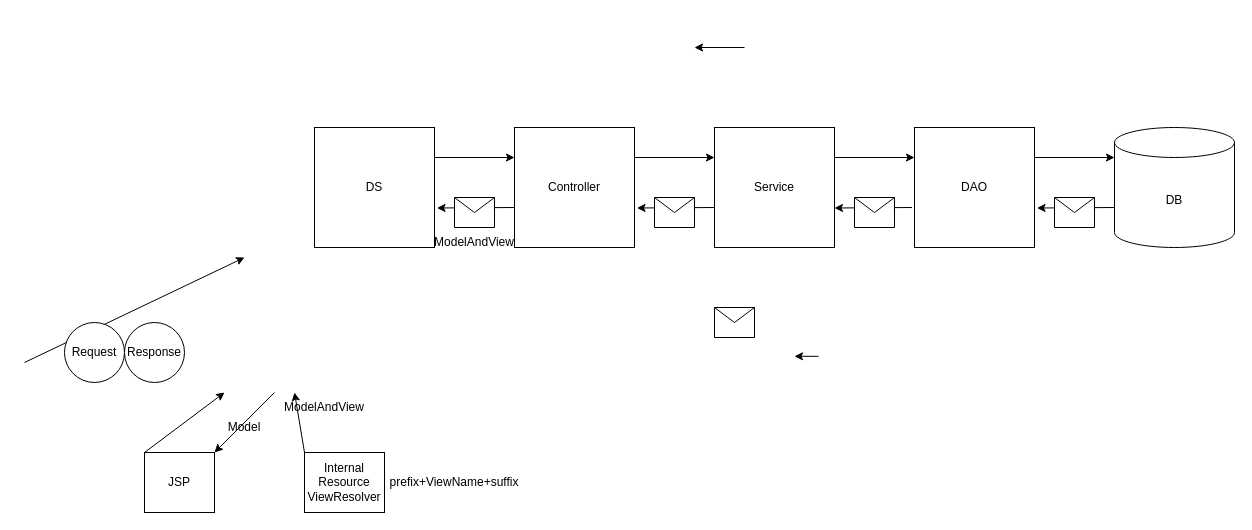
Earlier version of the draw.io diagram page "페이지-1" (1 of 2) of 제목 없는 다이어그램.drawio (WooheeKim/GDJ60_Spring). Source tidied: cells renumbered, new cells numbered last; positions are measured from the earlier drawing's top-left corner, leaving out a move shared by most shapes. Both pictures are drawn from the tidied source at 100%, with x=0, y=0 at pixel (24, 47).
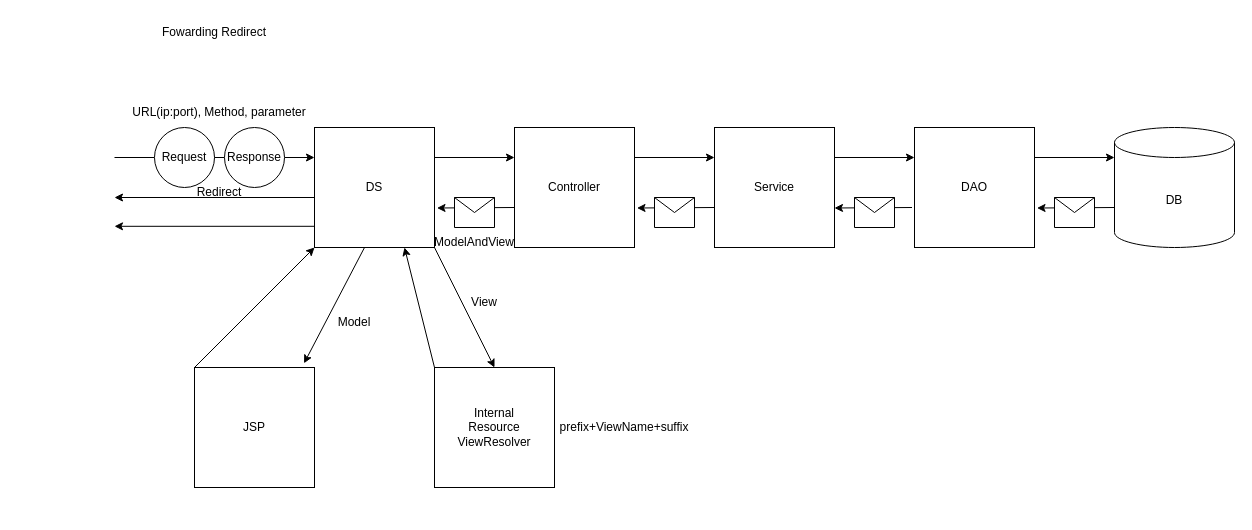
After the change.

Commit message (it also covers changes not shown here):
제목 없는 다이어그램.drawio 업데이트

Unchanged cells that the change refers to:
```xml
<mxCell id="6" value="DS&lt;br&gt;" style="rounded=0;whiteSpace=wrap;html=1;" parent="1" vertex="1">
  <mxGeometry x="290" y="80" width="120" height="120" as="geometry" />
</mxCell>
```

What changed in the source:
```diff
@@
     <mxCell id="7" value="JSP" style="rounded=0;whiteSpace=wrap;html=1;" parent="1" vertex="1">
-      <mxGeometry x="120" y="405" width="70" height="60" as="geometry" />
+      <mxGeometry x="170" y="320" width="120" height="120" as="geometry" />
     </mxCell>
     <mxCell id="8" value="Internal&lt;br&gt;Resource&lt;br&gt;ViewResolver" style="rounded=0;whiteSpace=wrap;html=1;" parent="1" vertex="1">
-      <mxGeometry x="280" y="405" width="80" height="60" as="geometry" />
+      <mxGeometry x="410" y="320" width="120" height="120" as="geometry" />
     </mxCell>
-    <mxCell id="9" style="endArrow=classic;html=1;rounded=0;" parent="1" edge="1">
-      <mxGeometry relative="1" as="geometry">
-        <mxPoint x="794" y="308.8" as="sourcePoint" />
-        <mxPoint x="770" y="308.8" as="targetPoint" />
-      </mxGeometry>
+    <mxCell id="9" style="endArrow=classic;html=1;rounded=0;entryX=0.75;entryY=1;entryDx=0;entryDy=0;exitX=0;exitY=0;exitDx=0;exitDy=0;" parent="1" edge="1" source="8" target="6">
+      <mxGeometry relative="1" as="geometry" />
     </mxCell>
@@
-    <mxCell id="12" style="endArrow=classic;html=1;rounded=0;entryX=1;entryY=0.75;entryDx=0;entryDy=0;exitX=0;exitY=0.75;exitDx=0;exitDy=0;" parent="1" edge="1">
+    <mxCell id="12" style="endArrow=classic;html=1;rounded=0;exitX=0;exitY=0.75;exitDx=0;exitDy=0;" parent="1" edge="1">
       <mxGeometry relative="1" as="geometry">
-        <mxPoint x="720" as="sourcePoint" />
-        <mxPoint x="670" as="targetPoint" />
+        <mxPoint x="290" y="150" as="sourcePoint" />
+        <mxPoint x="90" y="150" as="targetPoint" />
       </mxGeometry>
     </mxCell>
@@
-    <mxCell id="14" value="ModelAndView" style="text;html=1;strokeColor=none;fillColor=none;align=center;verticalAlign=middle;whiteSpace=wrap;rounded=0;" parent="1" vertex="1">
-      <mxGeometry x="270" y="345" width="60" height="30" as="geometry" />
-    </mxCell>
-    <mxCell id="15" style="endArrow=classic;html=1;rounded=0;exitX=0;exitY=0;exitDx=0;exitDy=0;" parent="1" edge="1" source="7">
-      <mxGeometry relative="1" as="geometry">
-        <mxPoint x="200" y="345" as="targetPoint" />
-      </mxGeometry>
+    <mxCell id="15" style="endArrow=classic;html=1;rounded=0;entryX=0;entryY=1;entryDx=0;entryDy=0;exitX=0;exitY=0;exitDx=0;exitDy=0;" parent="1" edge="1" source="7" target="6">
+      <mxGeometry relative="1" as="geometry" />
     </mxCell>
-    <mxCell id="16" style="endArrow=classic;html=1;rounded=0;entryX=0;entryY=0;entryDx=0;entryDy=0;" parent="1" edge="1" target="14">
+    <mxCell id="16" style="endArrow=classic;html=1;rounded=0;entryX=0.913;entryY=-0.035;entryDx=0;entryDy=0;entryPerimeter=0;" parent="1" edge="1" target="7">
       <mxGeometry relative="1" as="geometry">
-        <mxPoint x="280" y="405" as="sourcePoint" />
+        <mxPoint x="340" y="200" as="sourcePoint" />
       </mxGeometry>
     </mxCell>
-    <mxCell id="17" style="endArrow=classic;html=1;rounded=0;" parent="1" edge="1">
+    <mxCell id="17" style="endArrow=classic;html=1;rounded=0;startArrow=none;" parent="1" edge="1" source="18">
       <mxGeometry relative="1" as="geometry">
-        <mxPoint y="315" as="sourcePoint" />
-        <mxPoint x="220" y="210" as="targetPoint" />
+        <mxPoint x="290" y="110" as="targetPoint" />
       </mxGeometry>
     </mxCell>
-    <mxCell id="18" value="Response" style="ellipse;whiteSpace=wrap;html=1;" parent="1" vertex="1">
-      <mxGeometry x="100" y="275" width="60" height="60" as="geometry" />
-    </mxCell>
-    <mxCell id="19" value="Request" style="ellipse;whiteSpace=wrap;html=1;" parent="1" vertex="1">
-      <mxGeometry x="40" y="275" width="60" height="60" as="geometry" />
-    </mxCell>
     <mxCell id="20" value="prefix+ViewName+suffix&lt;br&gt;" style="text;html=1;strokeColor=none;fillColor=none;align=center;verticalAlign=middle;whiteSpace=wrap;rounded=0;" parent="1" vertex="1">
-      <mxGeometry x="400" y="420" width="60" height="30" as="geometry" />
+      <mxGeometry x="570" y="365" width="60" height="30" as="geometry" />
     </mxCell>
     <mxCell id="21" value="Model" style="text;html=1;strokeColor=none;fillColor=none;align=center;verticalAlign=middle;whiteSpace=wrap;rounded=0;" parent="1" vertex="1">
-      <mxGeometry x="190" y="365" width="60" height="30" as="geometry" />
+      <mxGeometry x="300" y="260" width="60" height="30" as="geometry" />
     </mxCell>
@@
-    <mxCell id="27" style="shape=message;html=1;html=1;labelPosition=center;verticalLabelPosition=bottom;align=center;verticalAlign=top;" parent="1" vertex="1">
-      <mxGeometry x="690" y="260" width="40" height="30" as="geometry" />
-    </mxCell>
@@
+    <mxCell id="34" style="endArrow=none;html=1;rounded=0;" parent="1" edge="1" target="19">
+      <mxGeometry relative="1" as="geometry">
+        <mxPoint x="90" y="110" as="sourcePoint" />
+      </mxGeometry>
+    </mxCell>
+    <mxCell id="19" value="Request" style="ellipse;whiteSpace=wrap;html=1;" parent="1" vertex="1">
+      <mxGeometry x="130" y="80" width="60" height="60" as="geometry" />
+    </mxCell>
+    <mxCell id="35" style="endArrow=none;html=1;rounded=0;startArrow=none;" parent="1" edge="1" source="19" target="18">
+      <mxGeometry relative="1" as="geometry" />
+    </mxCell>
+    <mxCell id="18" value="Response" style="ellipse;whiteSpace=wrap;html=1;" parent="1" vertex="1">
+      <mxGeometry x="200" y="80" width="60" height="60" as="geometry" />
+    </mxCell>
+    <mxCell id="36" value="URL(ip:port), Method, parameter" style="text;html=1;strokeColor=none;fillColor=none;align=center;verticalAlign=middle;whiteSpace=wrap;rounded=0;" parent="1" vertex="1">
+      <mxGeometry x="90" y="50" width="210" height="30" as="geometry" />
+    </mxCell>
+    <mxCell id="37" style="endArrow=classic;html=1;rounded=0;exitX=0;exitY=0.75;exitDx=0;exitDy=0;" parent="1" edge="1">
+      <mxGeometry relative="1" as="geometry">
+        <mxPoint x="290" y="178.8" as="sourcePoint" />
+        <mxPoint x="90" y="178.8" as="targetPoint" />
+      </mxGeometry>
+    </mxCell>
+    <mxCell id="38" value="Redirect" style="text;html=1;strokeColor=none;fillColor=none;align=center;verticalAlign=middle;whiteSpace=wrap;rounded=0;" parent="1" vertex="1">
+      <mxGeometry x="165" y="130" width="60" height="30" as="geometry" />
+    </mxCell>
+    <mxCell id="39" style="endArrow=classic;html=1;rounded=0;entryX=0.5;entryY=0;entryDx=0;entryDy=0;" parent="1" edge="1" target="8">
+      <mxGeometry relative="1" as="geometry">
+        <mxPoint x="410" y="200" as="sourcePoint" />
+      </mxGeometry>
+    </mxCell>
+    <mxCell id="40" value="View" style="text;html=1;strokeColor=none;fillColor=none;align=center;verticalAlign=middle;whiteSpace=wrap;rounded=0;" parent="1" vertex="1">
+      <mxGeometry x="430" y="240" width="60" height="30" as="geometry" />
+    </mxCell>
+    <mxCell id="41" value="Fowarding Redirect" style="text;html=1;strokeColor=none;fillColor=none;align=center;verticalAlign=middle;whiteSpace=wrap;rounded=0;" parent="1" vertex="1">
+      <mxGeometry x="130" y="-30" width="120" height="30" as="geometry" />
+    </mxCell>
```
